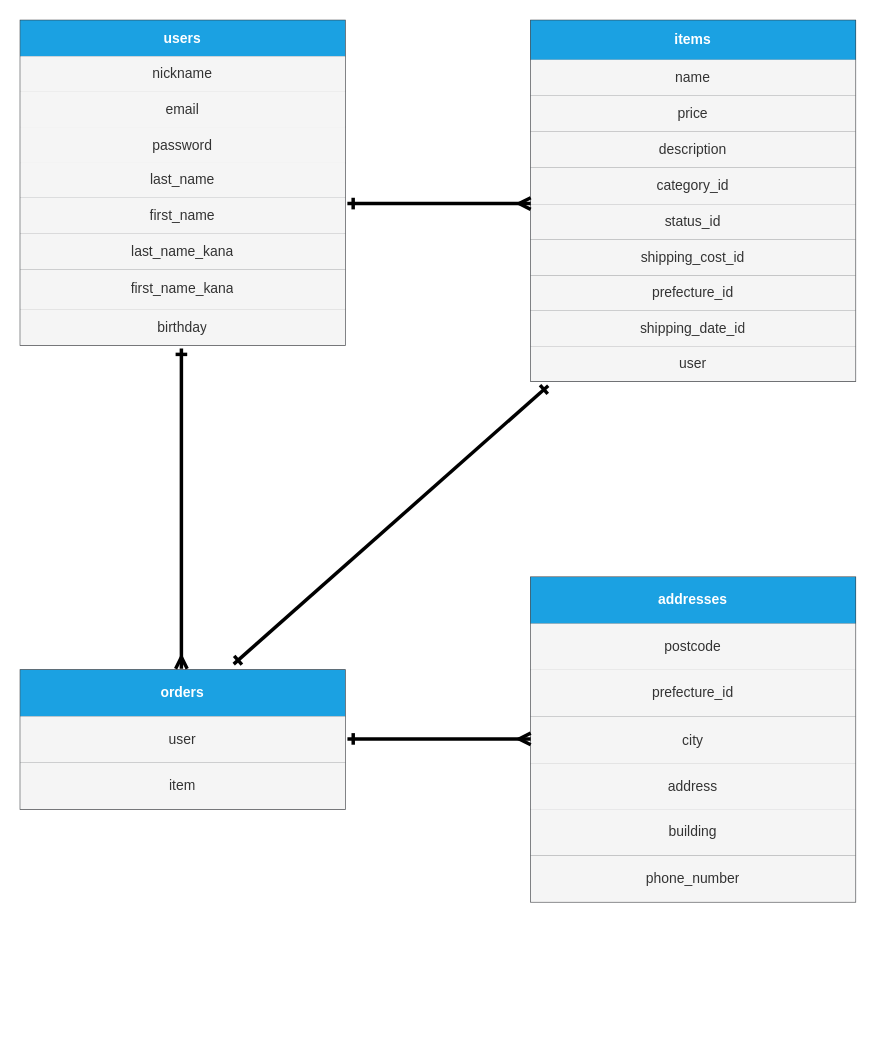
yui0223/furima-37877 keeps this draw.io diagram as app/furima-37877.dio. Above is the earlier version. Source tidied: cells renumbered, new cells numbered last; positions are measured from the earlier drawing's top-left corner, leaving out a move shared by most shapes. Both pictures are drawn from the tidied source at 116%, with x=0, y=0 at pixel (20, 20).
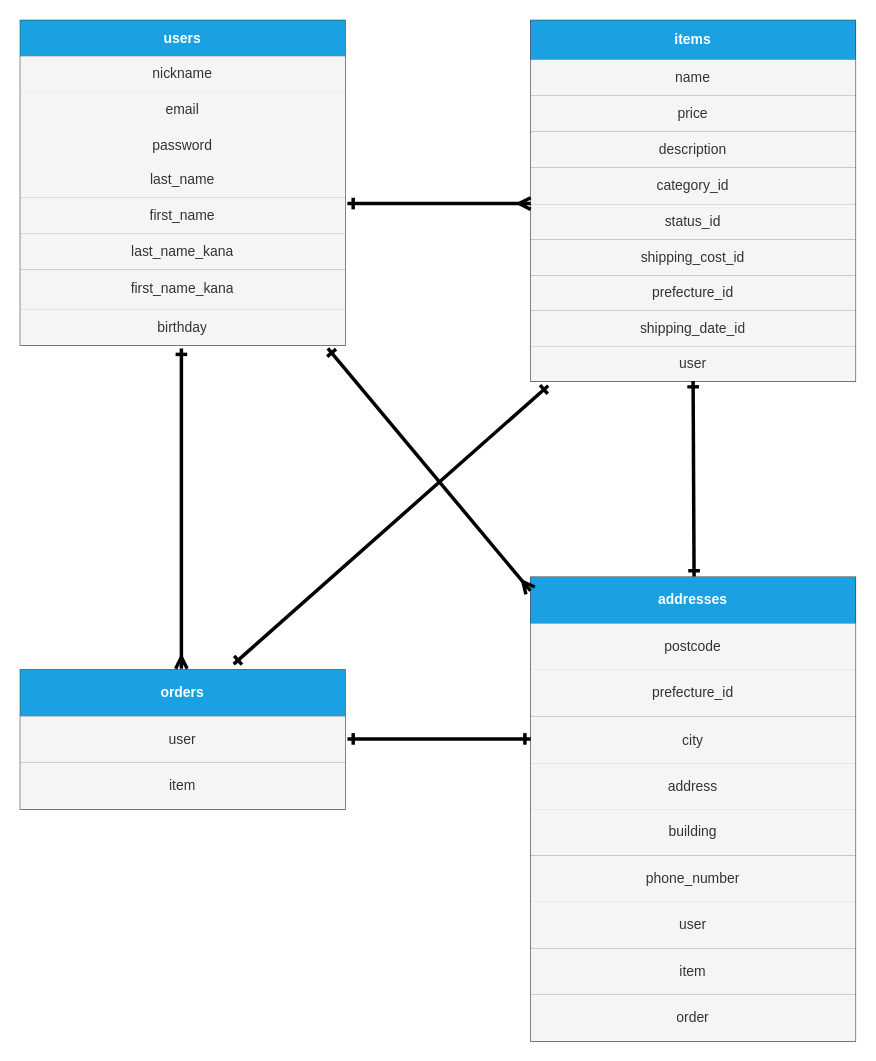
Above is the later version.

Commit message (it also covers changes not shown here):
データベース設計5

Unchanged cells that the change refers to:
```xml
<mxCell id="19" style="shape=partialRectangle;fillColor=none;top=0;left=0;bottom=0;right=0;points=[[0,0.5],[1,0.5]];portConstraint=eastwest;strokeColor=default;" parent="2" vertex="1">
  <mxGeometry y="249" width="280" height="31" as="geometry" />
</mxCell>
<mxCell id="50" style="shape=partialRectangle;fillColor=none;top=0;left=0;bottom=0;right=0;points=[[0,0.5],[1,0.5]];portConstraint=eastwest;strokeColor=default;" parent="49" vertex="1">
  <mxGeometry width="280" height="40" as="geometry" />
</mxCell>
```

Change to the diagram source:
```diff
@@
     <mxCell id="49" style="shape=table;startSize=0;childLayout=tableLayout;fillColor=#eeeeee;strokeColor=#36393d;fontColor=#000000;" parent="1" vertex="1">
-      <mxGeometry x="440" y="480" width="280" height="280" as="geometry" />
+      <mxGeometry x="440" y="480" width="280" height="400" as="geometry" />
     </mxCell>
@@
+    <mxCell id="68" style="shape=partialRectangle;fillColor=none;top=0;left=0;bottom=0;right=0;strokeColor=default;" parent="49" vertex="1">
+      <mxGeometry y="280" width="280" height="40" as="geometry" />
+    </mxCell>
+    <mxCell id="69" value="user" style="shape=partialRectangle;html=1;whiteSpace=wrap;overflow=hidden;top=0;left=0;bottom=0;right=0;fillColor=#f5f5f5;fontColor=#333333;strokeColor=#666666;" parent="68" vertex="1">
+      <mxGeometry width="280" height="40" as="geometry" />
+    </mxCell>
+    <mxCell id="70" style="shape=partialRectangle;fillColor=none;top=0;left=0;bottom=0;right=0;strokeColor=default;" parent="49" vertex="1">
+      <mxGeometry y="320" width="280" height="40" as="geometry" />
+    </mxCell>
+    <mxCell id="71" value="item" style="shape=partialRectangle;html=1;whiteSpace=wrap;overflow=hidden;top=0;left=0;bottom=0;right=0;fillColor=#f5f5f5;fontColor=#333333;strokeColor=#666666;" parent="70" vertex="1">
+      <mxGeometry width="280" height="40" as="geometry" />
+    </mxCell>
+    <mxCell id="72" style="shape=partialRectangle;fillColor=none;top=0;left=0;bottom=0;right=0;strokeColor=default;" parent="49" vertex="1">
+      <mxGeometry y="360" width="280" height="40" as="geometry" />
+    </mxCell>
+    <mxCell id="73" value="order" style="shape=partialRectangle;html=1;whiteSpace=wrap;overflow=hidden;top=0;left=0;bottom=0;right=0;fillColor=#f5f5f5;fontColor=#333333;strokeColor=#666666;" parent="72" vertex="1">
+      <mxGeometry width="280" height="40" as="geometry" />
+    </mxCell>
@@
-    <mxCell id="66" style="endArrow=ERmany;html=1;fontColor=#000000;targetPerimeterSpacing=0;strokeWidth=3;exitX=1.007;exitY=0.161;exitDx=0;exitDy=0;exitPerimeter=0;startArrow=ERone;startFill=0;endFill=0;" parent="1" edge="1">
+    <mxCell id="66" style="endArrow=ERone;html=1;fontColor=#000000;targetPerimeterSpacing=0;strokeWidth=3;exitX=1.007;exitY=0.161;exitDx=0;exitDy=0;exitPerimeter=0;startArrow=ERone;startFill=0;endFill=0;" parent="1" edge="1">
       <mxGeometry relative="1" as="geometry">
         <mxPoint x="282" y="619.5" as="sourcePoint" />
         <mxPoint x="440" y="619.5" as="targetPoint" />
       </mxGeometry>
     </mxCell>
@@
+    <mxCell id="74" style="endArrow=ERmany;html=1;fontColor=#000000;targetPerimeterSpacing=0;strokeWidth=3;exitX=0.947;exitY=1.093;exitDx=0;exitDy=0;exitPerimeter=0;entryX=-0.001;entryY=0.294;entryDx=0;entryDy=0;entryPerimeter=0;startArrow=ERone;startFill=0;endFill=0;" parent="1" edge="1" source="19" target="50">
+      <mxGeometry relative="1" as="geometry" />
+    </mxCell>
+    <mxCell id="75" style="endArrow=ERone;html=1;fontColor=#000000;targetPerimeterSpacing=0;strokeWidth=3;startArrow=ERone;startFill=0;endFill=0;exitX=0.503;exitY=-0.011;exitDx=0;exitDy=0;exitPerimeter=0;" parent="1" edge="1" source="50">
+      <mxGeometry relative="1" as="geometry">
+        <mxPoint x="580" y="311" as="targetPoint" />
+      </mxGeometry>
+    </mxCell>
```
